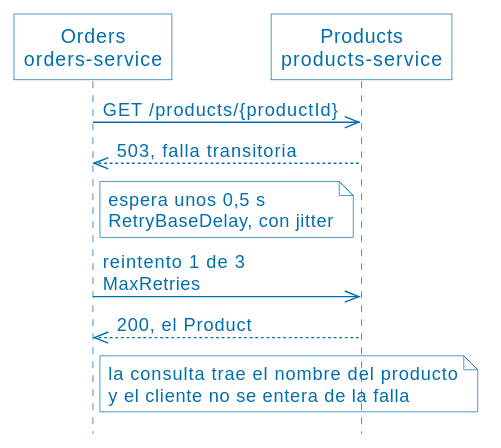
Earlier version of the PlantUML export assets/01-retry.svg (ucudal/ANDIS2_UT4_DEMO1). The source it was exported from:
```plantuml
@startuml
!include PlantUML.style
hide footbox

participant "Orders\norders-service" as O
participant "Products\nproducts-service" as P

O ->> P : GET /products/{productId}
P -->> O : 503, falla transitoria
note right O : espera unos 0,5 s\nRetryBaseDelay, con jitter
O ->> P : reintento 1 de 3\nMaxRetries
P -->> O : 200, el Product
note right O : la consulta trae el nombre del producto\ny el cliente no se entera de la falla
@enduml
```
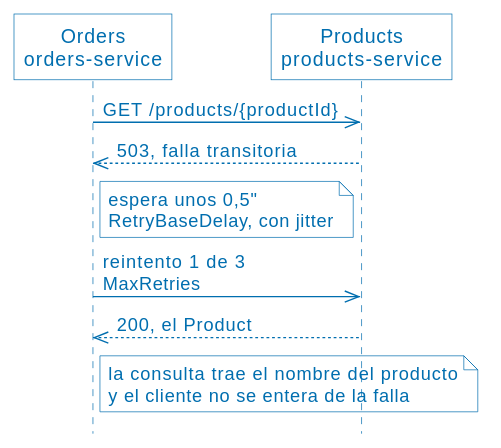
The same file after the commit.

Change to the diagram source:
```diff
@@ -7,7 +7,7 @@
 
 O ->> P : GET /products/{productId}
 P -->> O : 503, falla transitoria
-note right O : espera unos 0,5 s\nRetryBaseDelay, con jitter
+note right O : espera unos 0,5"\nRetryBaseDelay, con jitter
 O ->> P : reintento 1 de 3\nMaxRetries
 P -->> O : 200, el Product
 note right O : la consulta trae el nombre del producto\ny el cliente no se entera de la falla
```
